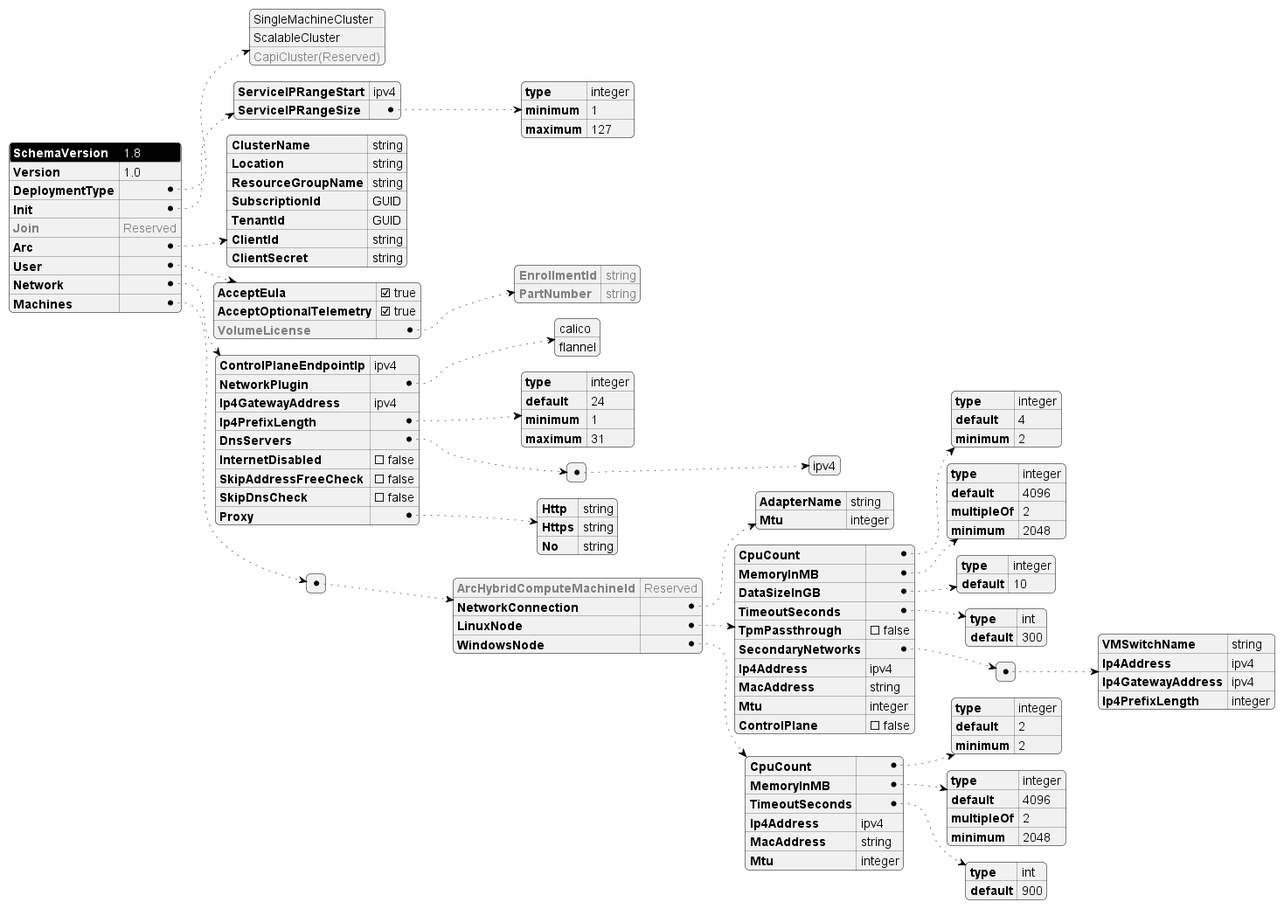
This is tools/modules/AksEdgeDeploy/AksEdgeSchema.png from Azure/AKS-Edge, a PlantUML export, as it was before one commit.
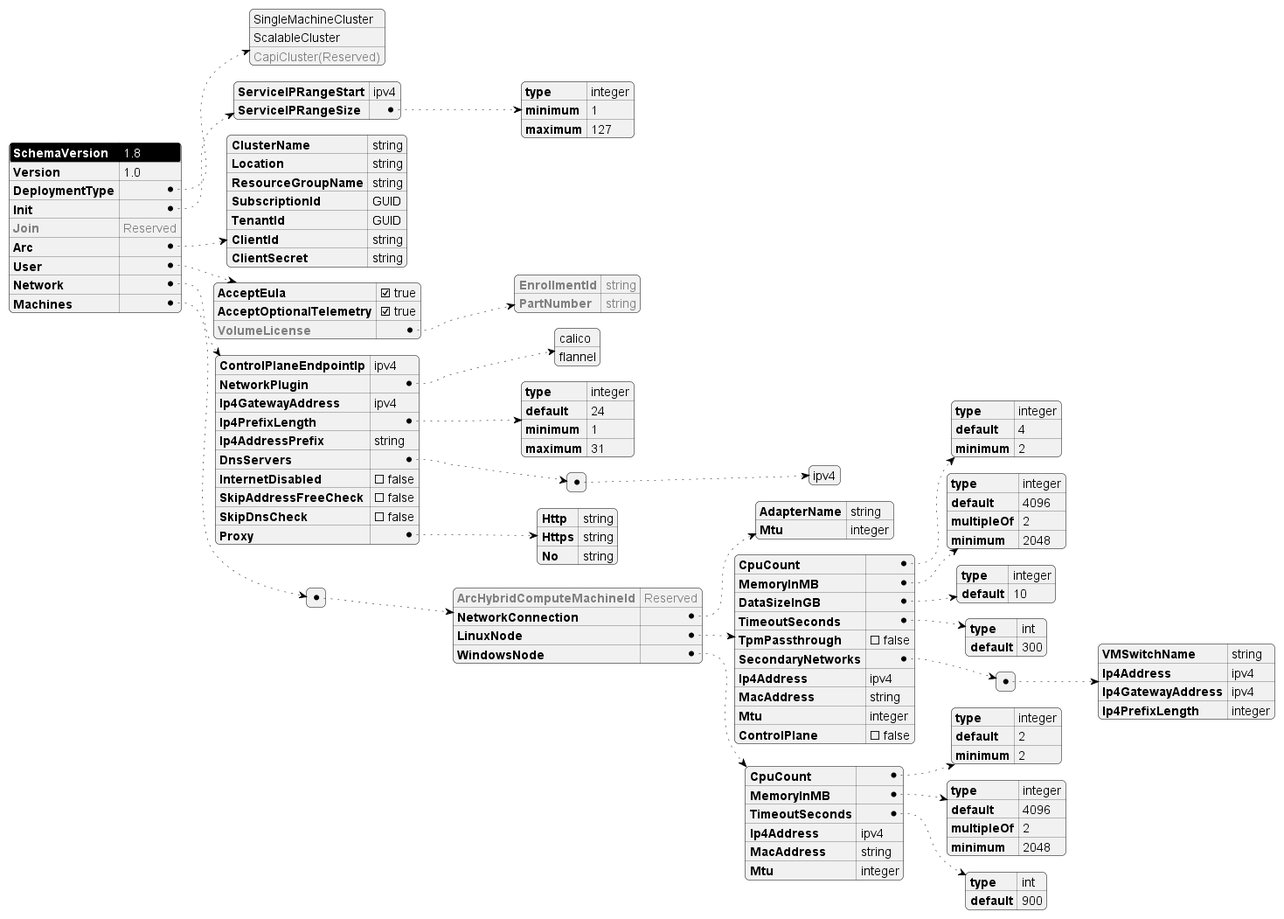
After the change.

Commit message:
fix schema diagram (#142)

Change to the diagram source:
```diff
@@ -67,6 +67,7 @@
             "minimum": 1,
             "maximum": 31
         },
+        "Ip4AddressPrefix":"string",
         "DnsServers": [["ipv4"]],
         "InternetDisabled": false,
         "SkipAddressFreeCheck":false,
```
